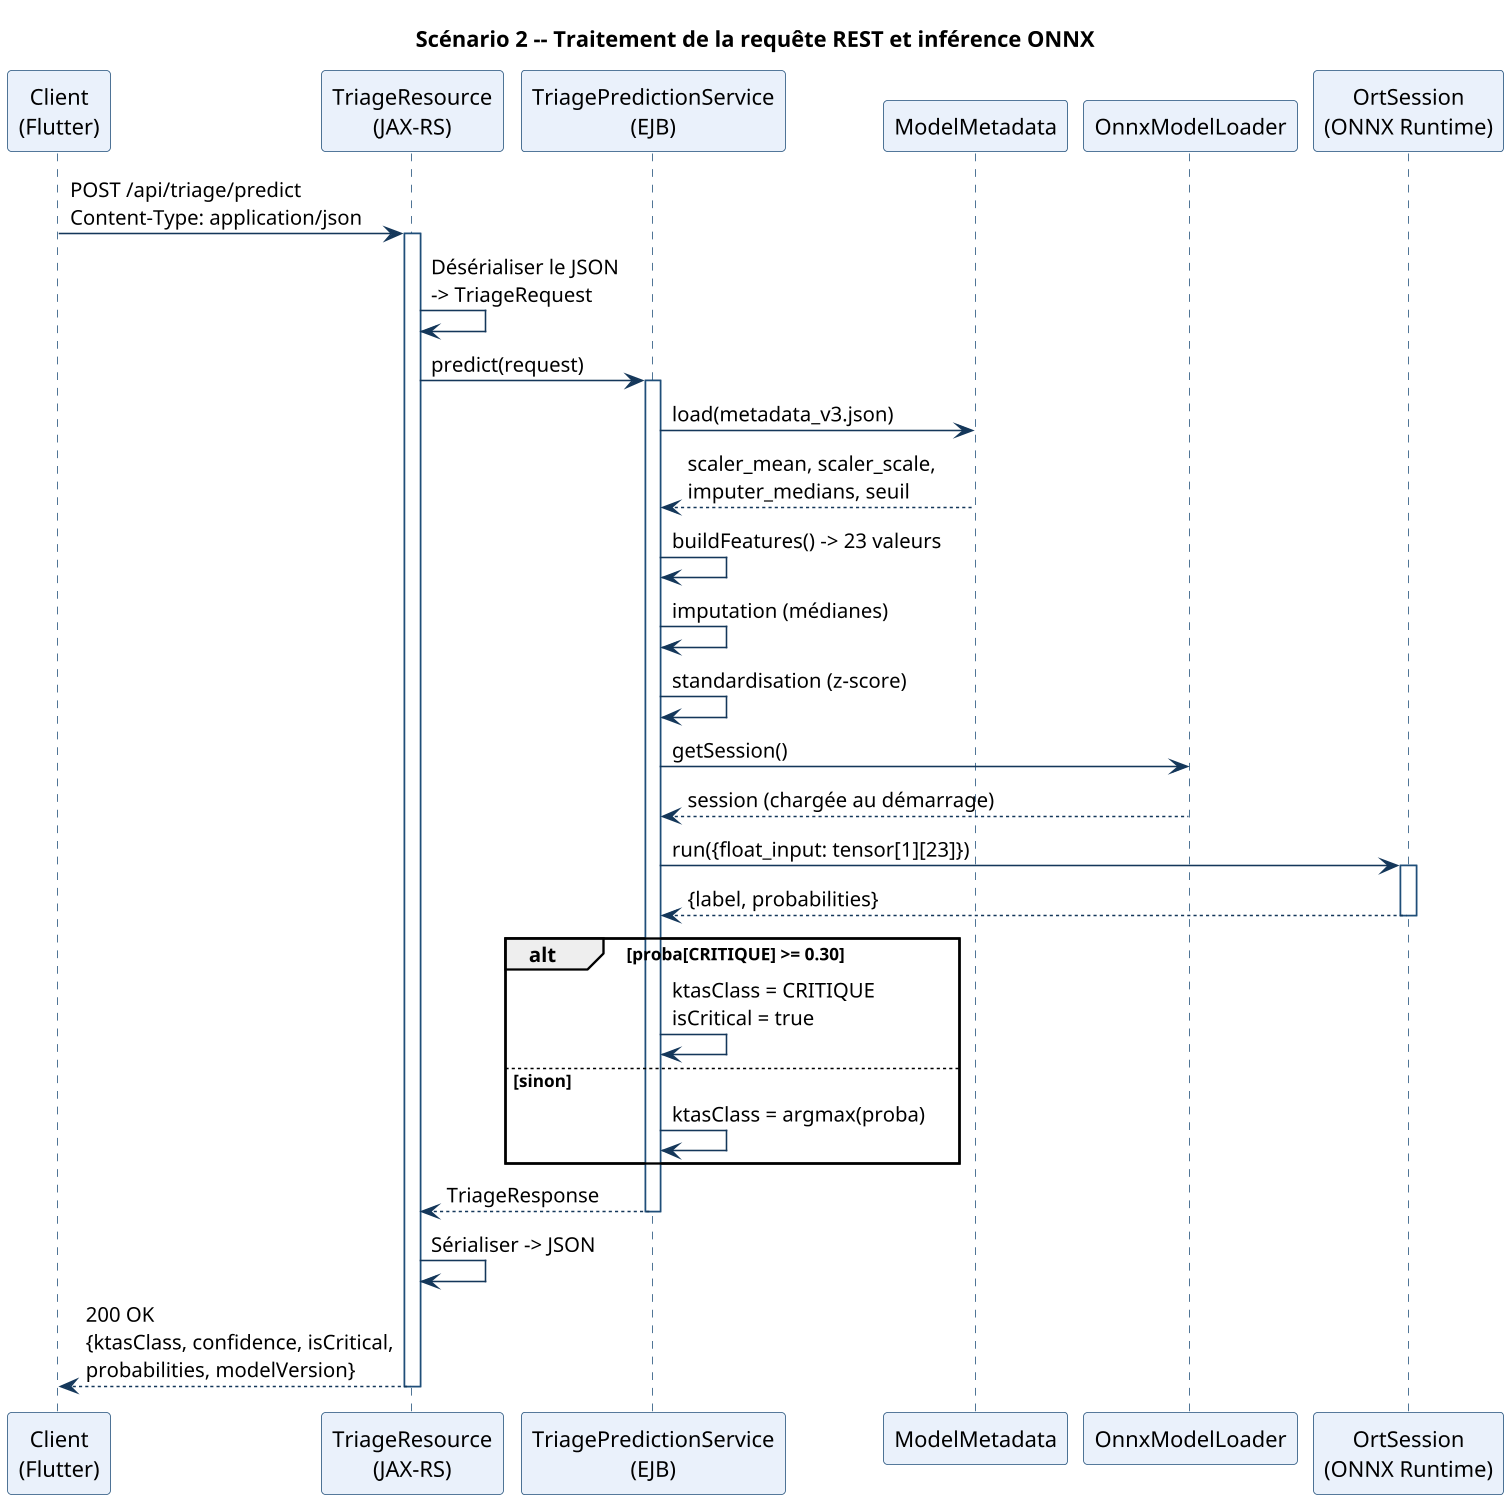
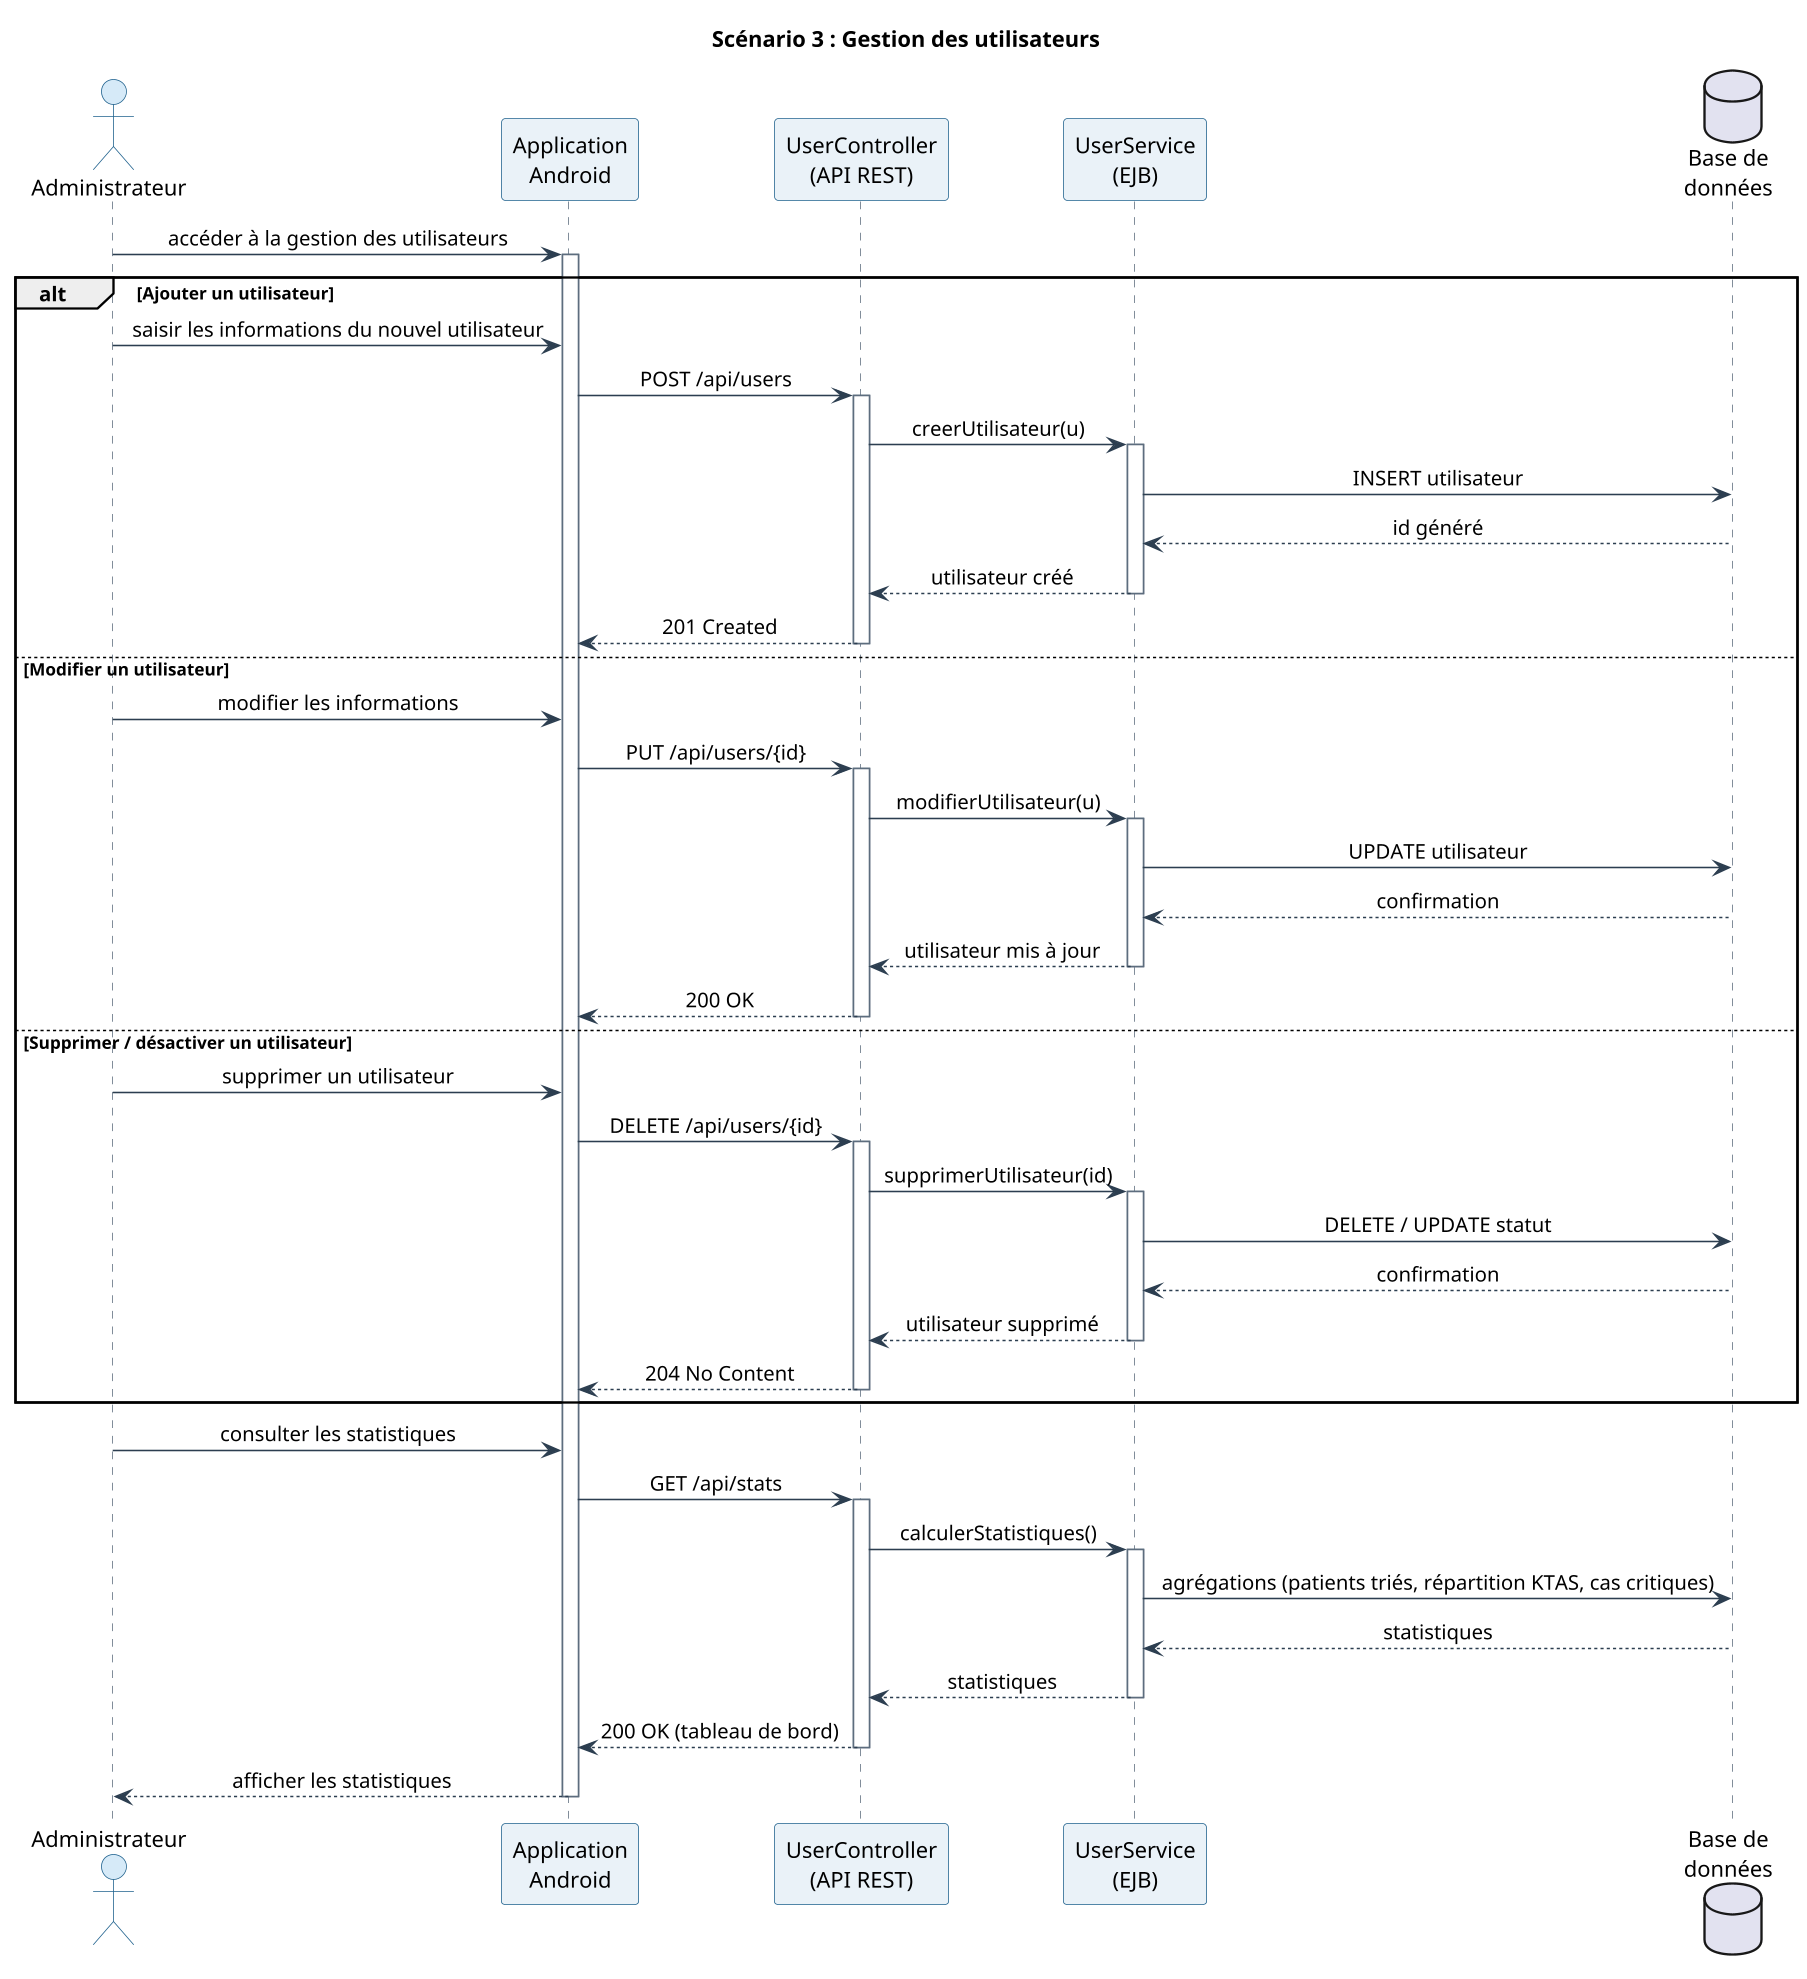
- @startuml
- ' Scenario 2 : Detail de l'appel REST et de l'inference cote backend
+ @startuml seq_rest
+ title Scénario 3 : Gestion des utilisateurs
skinparam dpi 150
- skinparam backgroundColor #FFFFFF
- skinparam sequence {
-   ArrowColor #14375A
-   LifeLineBorderColor #1F4E79
-   ParticipantBorderColor #1F4E79
-   ParticipantBackgroundColor #EAF1FB
- }
- title Scénario 2 -- Traitement de la requête REST et inférence ONNX
+ skinparam shadowing false
+ skinparam defaultFontName Helvetica
+ skinparam sequenceMessageAlign center
+ skinparam ParticipantBackgroundColor #EAF2F8
+ skinparam ParticipantBorderColor #1F618D
+ skinparam ActorBackgroundColor #D6EAF8
+ skinparam ActorBorderColor #1F618D
+ skinparam SequenceLifeLineBorderColor #5D6D7E
+ skinparam ArrowColor #2C3E50

- participant "Client\n(Flutter)" as Client
- participant "TriageResource\n(JAX-RS)" as Res
- participant "TriagePredictionService\n(EJB)" as Svc
- participant "ModelMetadata" as Meta
- participant "OnnxModelLoader" as Loader
- participant "OrtSession\n(ONNX Runtime)" as Ort
+ actor "Administrateur" as Admin
+ participant "Application\nAndroid" as App
+ participant "UserController\n(API REST)" as Ctrl
+ participant "UserService\n(EJB)" as Svc
+ database "Base de\ndonnées" as DB

- Client -> Res : POST /api/triage/predict\nContent-Type: application/json
- activate Res
- Res -> Res : Désérialiser le JSON\n-> TriageRequest
- Res -> Svc : predict(request)
- activate Svc
+ Admin -> App : accéder à la gestion des utilisateurs
+ activate App

- Svc -> Meta : load(metadata_v3.json)
- Meta --> Svc : scaler_mean, scaler_scale,\nimputer_medians, seuil
+ alt Ajouter un utilisateur
+   Admin -> App : saisir les informations du nouvel utilisateur
+   App -> Ctrl : POST /api/users
+   activate Ctrl
+   Ctrl -> Svc : creerUtilisateur(u)
+   activate Svc
+   Svc -> DB : INSERT utilisateur
+   DB --> Svc : id généré
+   Svc --> Ctrl : utilisateur créé
+   deactivate Svc
+   Ctrl --> App : 201 Created
+   deactivate Ctrl

- Svc -> Svc : buildFeatures() -> 23 valeurs
- Svc -> Svc : imputation (médianes)
- Svc -> Svc : standardisation (z-score)
+ else Modifier un utilisateur
+   Admin -> App : modifier les informations
+   App -> Ctrl : PUT /api/users/{id}
+   activate Ctrl
+   Ctrl -> Svc : modifierUtilisateur(u)
+   activate Svc
+   Svc -> DB : UPDATE utilisateur
+   DB --> Svc : confirmation
+   Svc --> Ctrl : utilisateur mis à jour
+   deactivate Svc
+   Ctrl --> App : 200 OK
+   deactivate Ctrl

- Svc -> Loader : getSession()
- Loader --> Svc : session (chargée au démarrage)
- Svc -> Ort : run({float_input: tensor[1][23]})
- activate Ort
- Ort --> Svc : {label, probabilities}
- deactivate Ort
- 
- alt proba[CRITIQUE] >= 0.30
-   Svc -> Svc : ktasClass = CRITIQUE\nisCritical = true
- else sinon
-   Svc -> Svc : ktasClass = argmax(proba)
+ else Supprimer / désactiver un utilisateur
+   Admin -> App : supprimer un utilisateur
+   App -> Ctrl : DELETE /api/users/{id}
+   activate Ctrl
+   Ctrl -> Svc : supprimerUtilisateur(id)
+   activate Svc
+   Svc -> DB : DELETE / UPDATE statut
+   DB --> Svc : confirmation
+   Svc --> Ctrl : utilisateur supprimé
+   deactivate Svc
+   Ctrl --> App : 204 No Content
+   deactivate Ctrl
end

- Svc --> Res : TriageResponse
+ Admin -> App : consulter les statistiques
+ App -> Ctrl : GET /api/stats
+ activate Ctrl
+ Ctrl -> Svc : calculerStatistiques()
+ activate Svc
+ Svc -> DB : agrégations (patients triés, répartition KTAS, cas critiques)
+ DB --> Svc : statistiques
+ Svc --> Ctrl : statistiques
deactivate Svc
- Res -> Res : Sérialiser -> JSON
- Res --> Client : 200 OK\n{ktasClass, confidence, isCritical,\nprobabilities, modelVersion}
- deactivate Res
- 
+ Ctrl --> App : 200 OK (tableau de bord)
+ deactivate Ctrl
+ App --> Admin : afficher les statistiques
+ deactivate App
@enduml
